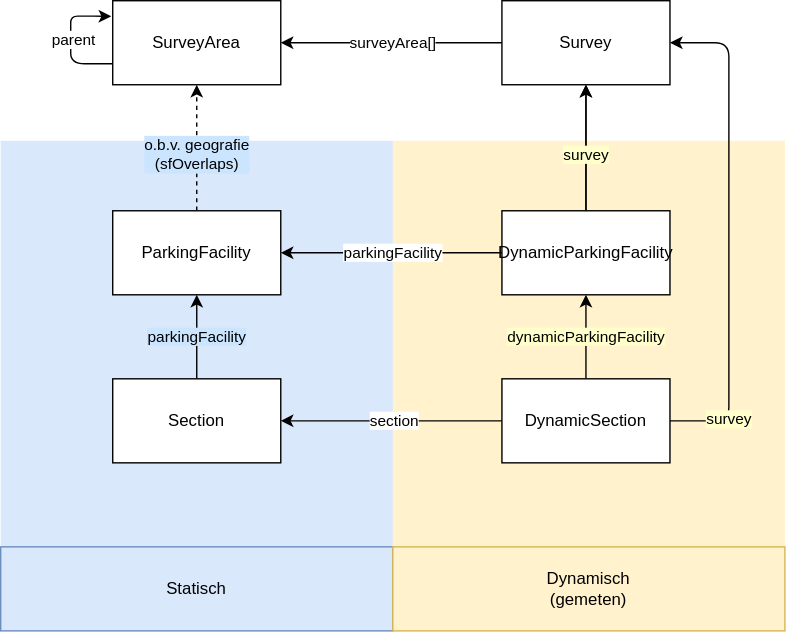
Earlier version of the draw.io export api-fiets/docs/objecten.drawio.svg (bertrik-sikken-technolution/datastandaard-fietsparkeren). Source tidied: cells renumbered, new cells last; positions are measured from the earlier drawing's top-left corner, leaving out a move shared by most shapes.
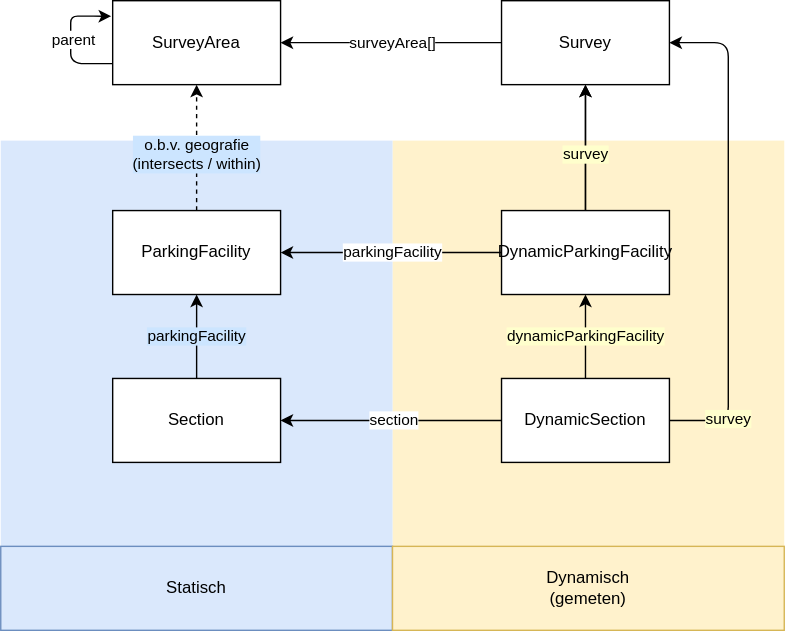
The same diagram one commit later.

What changed in the source:
```diff
@@ -77,7 +77,7 @@
     <mxCell id="21" style="edgeStyle=none;html=1;dashed=1;" parent="1" edge="1" source="23" target="4">
       <mxGeometry relative="1" as="geometry" />
     </mxCell>
-    <mxCell id="22" value="o.b.v. geografie&lt;br&gt;(sfOverlaps)" style="edgeLabel;html=1;align=center;verticalAlign=middle;labelBackgroundColor=#CCE5FF;" parent="21" vertex="1">
+    <mxCell id="22" value="o.b.v. geografie&lt;br&gt;(intersects / within)" style="edgeLabel;html=1;align=center;verticalAlign=middle;labelBackgroundColor=#CCE5FF;" parent="21" vertex="1">
       <mxGeometry x="-0.47" y="2" relative="1" as="geometry">
         <mxPoint x="2" y="-16" as="offset" />
       </mxGeometry>
```
